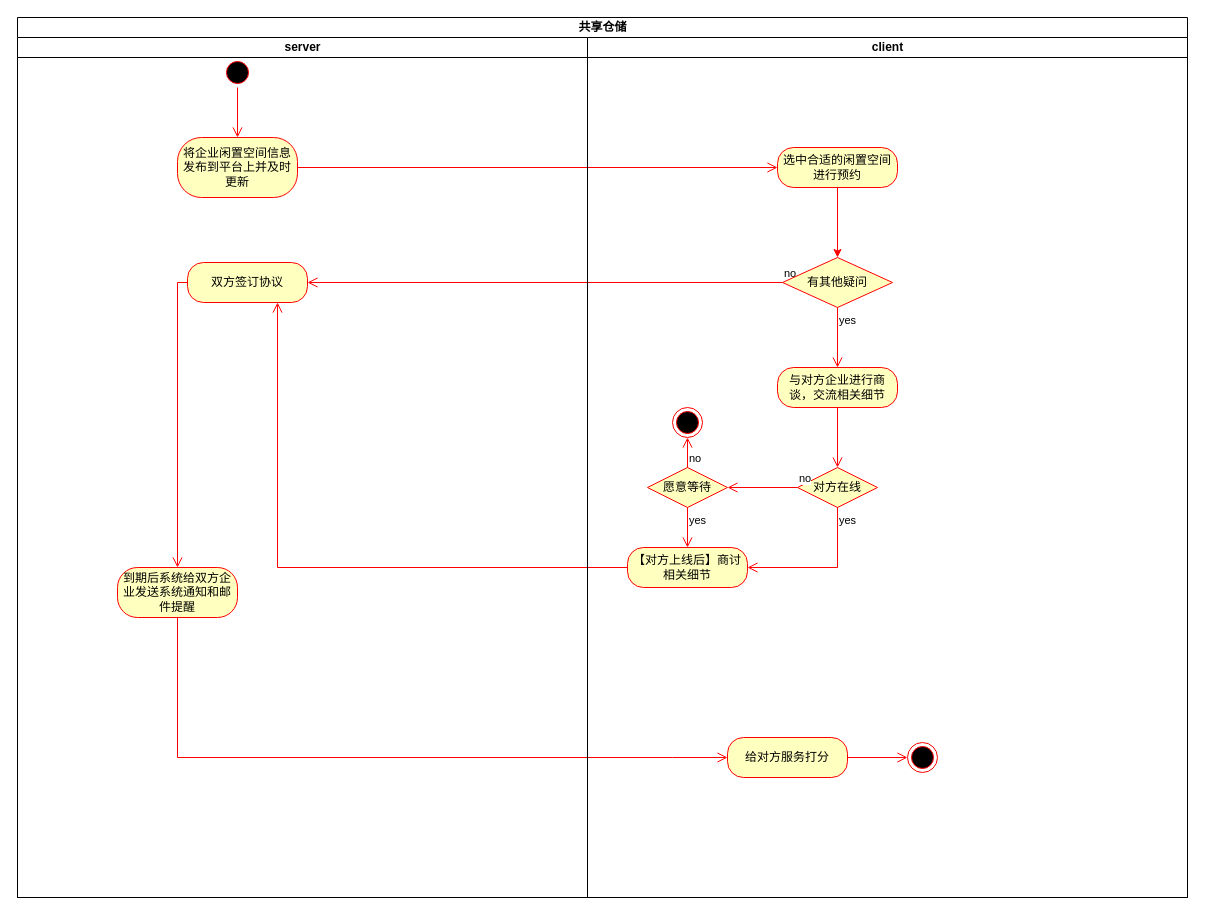
This is 毕设/共享仓储活动图.drawio from 2919282119/charts, a draw.io file, before an edit. Source tidied: cells renumbered, new cells numbered last; positions are measured from the earlier drawing's top-left corner, leaving out a move shared by most shapes. Both pictures are drawn from the tidied source at 100%, with x=0, y=0 at pixel (17, 17).
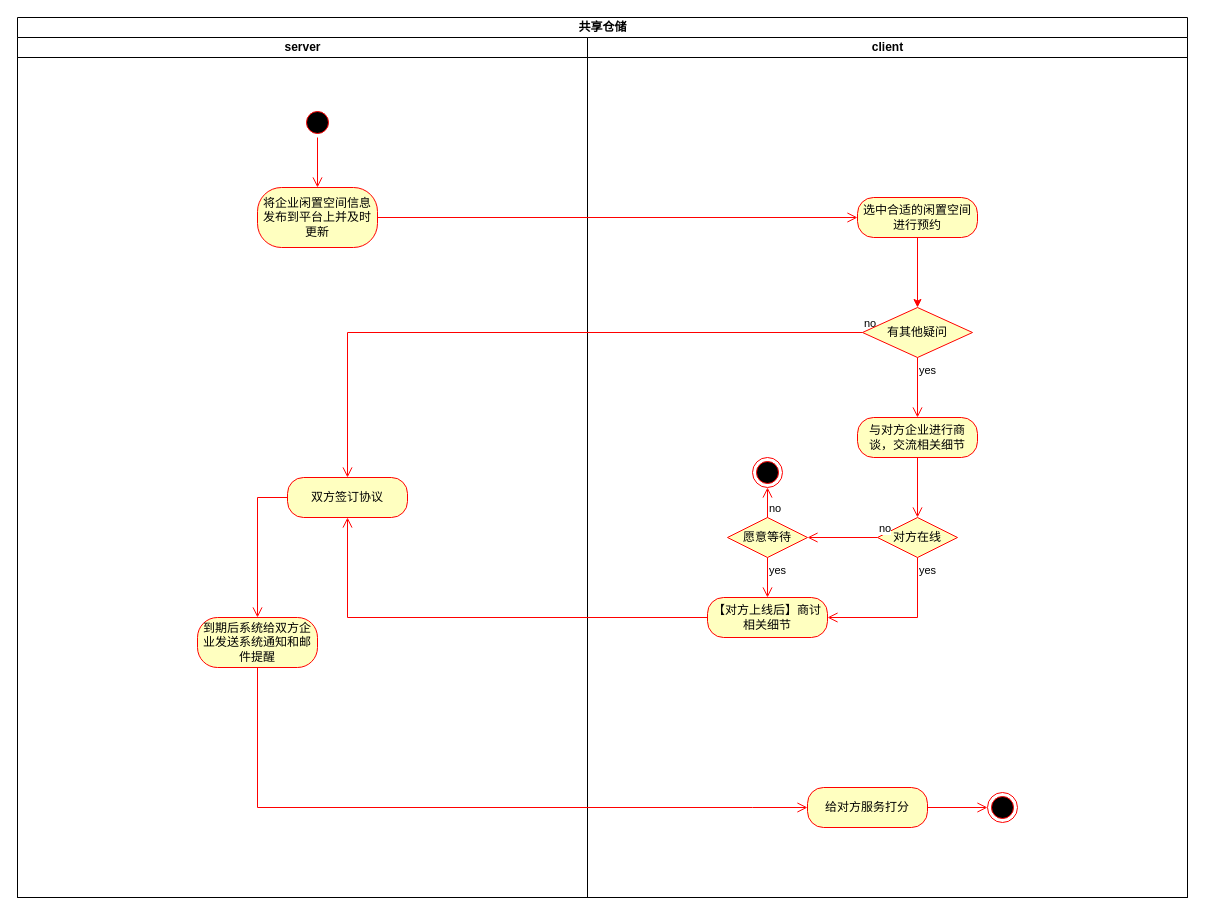
Above is the later version.

Commit message (it also covers changes not shown here):
更新共享仓储活动图.drawio

The change refers to these unchanged cells:
```xml
<mxCell id="2" value="共享仓储" style="swimlane;startSize=20;html=1;" parent="1" vertex="1">
  <mxGeometry width="1170" height="880" as="geometry" />
</mxCell>
<mxCell id="3" value="server" style="swimlane;startSize=20;html=1;" parent="2" vertex="1">
  <mxGeometry y="20" width="570" height="860" as="geometry" />
</mxCell>
```

What changed in the source:
```diff
@@
+    <mxCell id="14" value="client" style="swimlane;startSize=20;html=1;" parent="2" vertex="1">
+      <mxGeometry x="570" y="20" width="600" height="860" as="geometry" />
+    </mxCell>
+    <mxCell id="10" style="edgeStyle=orthogonalEdgeStyle;html=1;verticalAlign=bottom;endArrow=open;endSize=8;strokeColor=#ff0000;rounded=0;entryX=0;entryY=0.5;entryDx=0;entryDy=0;" parent="14" edge="1" source="6" target="16">
+      <mxGeometry relative="1" as="geometry" />
+    </mxCell>
+    <mxCell id="11" value="no" style="edgeStyle=orthogonalEdgeStyle;html=1;align=left;verticalAlign=bottom;endArrow=open;endSize=8;strokeColor=#ff0000;rounded=0;entryX=0.5;entryY=0;entryDx=0;entryDy=0;" parent="14" edge="1" source="17" target="7">
+      <mxGeometry x="-1" relative="1" as="geometry">
+        <Array as="points">
+          <mxPoint x="-240" y="295" />
+        </Array>
+      </mxGeometry>
+    </mxCell>
+    <mxCell id="12" style="edgeStyle=orthogonalEdgeStyle;html=1;verticalAlign=bottom;endArrow=open;endSize=8;strokeColor=#ff0000;rounded=0;entryX=0.5;entryY=1;entryDx=0;entryDy=0;" parent="14" edge="1" source="27" target="7">
+      <mxGeometry relative="1" as="geometry" />
+    </mxCell>
+    <mxCell id="13" style="edgeStyle=orthogonalEdgeStyle;html=1;verticalAlign=bottom;endArrow=open;endSize=8;strokeColor=#ff0000;rounded=0;entryX=0;entryY=0.5;entryDx=0;entryDy=0;" parent="14" edge="1" source="9" target="29">
+      <mxGeometry relative="1" as="geometry">
+        <Array as="points">
+          <mxPoint x="-330" y="770" />
+          <mxPoint x="165" y="770" />
+        </Array>
+      </mxGeometry>
+    </mxCell>
-    <mxCell id="4" style="ellipse;html=1;shape=startState;fillColor=#000000;strokeColor=#ff0000;" parent="3" vertex="1">
-      <mxGeometry x="205" y="20" width="30" height="30" as="geometry" />
+    <mxCell id="4" style="ellipse;html=1;shape=startState;fillColor=#000000;strokeColor=#ff0000;" parent="14" vertex="1">
+      <mxGeometry x="-285" y="70" width="30" height="30" as="geometry" />
     </mxCell>
-    <mxCell id="5" style="edgeStyle=orthogonalEdgeStyle;html=1;verticalAlign=bottom;endArrow=open;endSize=8;strokeColor=#ff0000;rounded=0;entryX=0.5;entryY=0;entryDx=0;entryDy=0;" parent="3" edge="1" source="4" target="6">
+    <mxCell id="5" style="edgeStyle=orthogonalEdgeStyle;html=1;verticalAlign=bottom;endArrow=open;endSize=8;strokeColor=#ff0000;rounded=0;entryX=0.5;entryY=0;entryDx=0;entryDy=0;" parent="14" edge="1" source="4" target="6">
       <mxGeometry relative="1" as="geometry" />
     </mxCell>
-    <mxCell id="6" value="将企业闲置空间信息发布到平台上并及时更新" style="rounded=1;whiteSpace=wrap;html=1;arcSize=40;fontColor=#000000;fillColor=#ffffc0;strokeColor=#ff0000;" parent="3" vertex="1">
-      <mxGeometry x="160" y="100" width="120" height="60" as="geometry" />
+    <mxCell id="6" value="将企业闲置空间信息发布到平台上并及时更新" style="rounded=1;whiteSpace=wrap;html=1;arcSize=40;fontColor=#000000;fillColor=#ffffc0;strokeColor=#ff0000;" parent="14" vertex="1">
+      <mxGeometry x="-330" y="150" width="120" height="60" as="geometry" />
     </mxCell>
-    <mxCell id="7" value="双方签订协议" style="rounded=1;whiteSpace=wrap;html=1;arcSize=40;fontColor=#000000;fillColor=#ffffc0;strokeColor=#ff0000;" parent="3" vertex="1">
-      <mxGeometry x="170" y="225" width="120" height="40" as="geometry" />
+    <mxCell id="7" value="双方签订协议" style="rounded=1;whiteSpace=wrap;html=1;arcSize=40;fontColor=#000000;fillColor=#ffffc0;strokeColor=#ff0000;" parent="14" vertex="1">
+      <mxGeometry x="-300" y="440" width="120" height="40" as="geometry" />
     </mxCell>
-    <mxCell id="8" style="edgeStyle=orthogonalEdgeStyle;html=1;verticalAlign=bottom;endArrow=open;endSize=8;strokeColor=#ff0000;rounded=0;entryX=0.5;entryY=0;entryDx=0;entryDy=0;exitX=0;exitY=0.5;exitDx=0;exitDy=0;" parent="3" edge="1" source="7" target="9">
+    <mxCell id="8" style="edgeStyle=orthogonalEdgeStyle;html=1;verticalAlign=bottom;endArrow=open;endSize=8;strokeColor=#ff0000;rounded=0;entryX=0.5;entryY=0;entryDx=0;entryDy=0;exitX=0;exitY=0.5;exitDx=0;exitDy=0;" parent="14" edge="1" source="7" target="9">
       <mxGeometry relative="1" as="geometry" />
     </mxCell>
-    <mxCell id="9" value="到期后系统给双方企业发送系统通知和邮件提醒" style="rounded=1;whiteSpace=wrap;html=1;arcSize=40;fontColor=#000000;fillColor=#ffffc0;strokeColor=#ff0000;" parent="3" vertex="1">
-      <mxGeometry x="100" y="530" width="120" height="50" as="geometry" />
+    <mxCell id="9" value="到期后系统给双方企业发送系统通知和邮件提醒" style="rounded=1;whiteSpace=wrap;html=1;arcSize=40;fontColor=#000000;fillColor=#ffffc0;strokeColor=#ff0000;" parent="14" vertex="1">
+      <mxGeometry x="-390" y="580" width="120" height="50" as="geometry" />
     </mxCell>
-    <mxCell id="10" style="edgeStyle=orthogonalEdgeStyle;html=1;verticalAlign=bottom;endArrow=open;endSize=8;strokeColor=#ff0000;rounded=0;entryX=0;entryY=0.5;entryDx=0;entryDy=0;" parent="2" edge="1" source="6" target="16">
-      <mxGeometry relative="1" as="geometry" />
-    </mxCell>
-    <mxCell id="11" value="no" style="edgeStyle=orthogonalEdgeStyle;html=1;align=left;verticalAlign=bottom;endArrow=open;endSize=8;strokeColor=#ff0000;rounded=0;entryX=1;entryY=0.5;entryDx=0;entryDy=0;" parent="2" edge="1" source="17" target="7">
-      <mxGeometry x="-1" relative="1" as="geometry" />
-    </mxCell>
-    <mxCell id="12" style="edgeStyle=orthogonalEdgeStyle;html=1;verticalAlign=bottom;endArrow=open;endSize=8;strokeColor=#ff0000;rounded=0;entryX=0.75;entryY=1;entryDx=0;entryDy=0;" parent="2" edge="1" source="27" target="7">
-      <mxGeometry relative="1" as="geometry" />
-    </mxCell>
-    <mxCell id="13" style="edgeStyle=orthogonalEdgeStyle;html=1;verticalAlign=bottom;endArrow=open;endSize=8;strokeColor=#ff0000;rounded=0;entryX=0;entryY=0.5;entryDx=0;entryDy=0;" parent="2" edge="1" source="9" target="29">
-      <mxGeometry relative="1" as="geometry">
-        <Array as="points">
-          <mxPoint x="160" y="740" />
-          <mxPoint x="655" y="740" />
-        </Array>
-      </mxGeometry>
-    </mxCell>
-    <mxCell id="14" value="client" style="swimlane;startSize=20;html=1;" parent="2" vertex="1">
-      <mxGeometry x="570" y="20" width="600" height="860" as="geometry" />
-    </mxCell>
@@
     <mxCell id="16" value="选中合适的闲置空间进行预约" style="rounded=1;whiteSpace=wrap;html=1;arcSize=40;fontColor=#000000;fillColor=#ffffc0;strokeColor=#ff0000;" parent="14" vertex="1">
-      <mxGeometry x="190" y="110" width="120" height="40" as="geometry" />
+      <mxGeometry x="270" y="160" width="120" height="40" as="geometry" />
     </mxCell>
     <mxCell id="17" value="有其他疑问" style="rhombus;whiteSpace=wrap;html=1;fontColor=#000000;fillColor=#ffffc0;strokeColor=#ff0000;" parent="14" vertex="1">
-      <mxGeometry x="195" y="220" width="110" height="50" as="geometry" />
+      <mxGeometry x="275" y="270" width="110" height="50" as="geometry" />
     </mxCell>
@@
     <mxCell id="19" value="与对方企业进行商谈，交流相关细节" style="rounded=1;whiteSpace=wrap;html=1;arcSize=40;fontColor=#000000;fillColor=#ffffc0;strokeColor=#ff0000;" parent="14" vertex="1">
-      <mxGeometry x="190" y="330" width="120" height="40" as="geometry" />
+      <mxGeometry x="270" y="380" width="120" height="40" as="geometry" />
     </mxCell>
@@
     <mxCell id="21" value="对方在线" style="rhombus;whiteSpace=wrap;html=1;fontColor=#000000;fillColor=#ffffc0;strokeColor=#ff0000;" parent="14" vertex="1">
-      <mxGeometry x="210" y="430" width="80" height="40" as="geometry" />
+      <mxGeometry x="290" y="480" width="80" height="40" as="geometry" />
     </mxCell>
@@
     <mxCell id="23" value="yes" style="edgeStyle=orthogonalEdgeStyle;html=1;align=left;verticalAlign=top;endArrow=open;endSize=8;strokeColor=#ff0000;rounded=0;entryX=1;entryY=0.5;entryDx=0;entryDy=0;" parent="14" edge="1" source="21" target="27">
       <mxGeometry x="-1" relative="1" as="geometry">
         <Array as="points">
-          <mxPoint x="250" y="530" />
+          <mxPoint x="330" y="580" />
         </Array>
       </mxGeometry>
     </mxCell>
     <mxCell id="24" value="愿意等待" style="rhombus;whiteSpace=wrap;html=1;fontColor=#000000;fillColor=#ffffc0;strokeColor=#ff0000;" parent="14" vertex="1">
-      <mxGeometry x="60" y="430" width="80" height="40" as="geometry" />
+      <mxGeometry x="140" y="480" width="80" height="40" as="geometry" />
     </mxCell>
@@
     <mxCell id="27" value="【对方上线后】商讨相关细节" style="rounded=1;whiteSpace=wrap;html=1;arcSize=40;fontColor=#000000;fillColor=#ffffc0;strokeColor=#ff0000;" parent="14" vertex="1">
-      <mxGeometry x="40" y="510" width="120" height="40" as="geometry" />
+      <mxGeometry x="120" y="560" width="120" height="40" as="geometry" />
     </mxCell>
     <mxCell id="28" style="ellipse;html=1;shape=endState;fillColor=#000000;strokeColor=#ff0000;" parent="14" vertex="1">
-      <mxGeometry x="85" y="370" width="30" height="30" as="geometry" />
+      <mxGeometry x="165" y="420" width="30" height="30" as="geometry" />
     </mxCell>
     <mxCell id="29" value="给对方服务打分" style="rounded=1;whiteSpace=wrap;html=1;arcSize=40;fontColor=#000000;fillColor=#ffffc0;strokeColor=#ff0000;" parent="14" vertex="1">
-      <mxGeometry x="140" y="700" width="120" height="40" as="geometry" />
+      <mxGeometry x="220" y="750" width="120" height="40" as="geometry" />
     </mxCell>
     <mxCell id="30" style="ellipse;html=1;shape=endState;fillColor=#000000;strokeColor=#ff0000;" parent="14" vertex="1">
-      <mxGeometry x="320" y="705" width="30" height="30" as="geometry" />
+      <mxGeometry x="400" y="755" width="30" height="30" as="geometry" />
     </mxCell>
```
